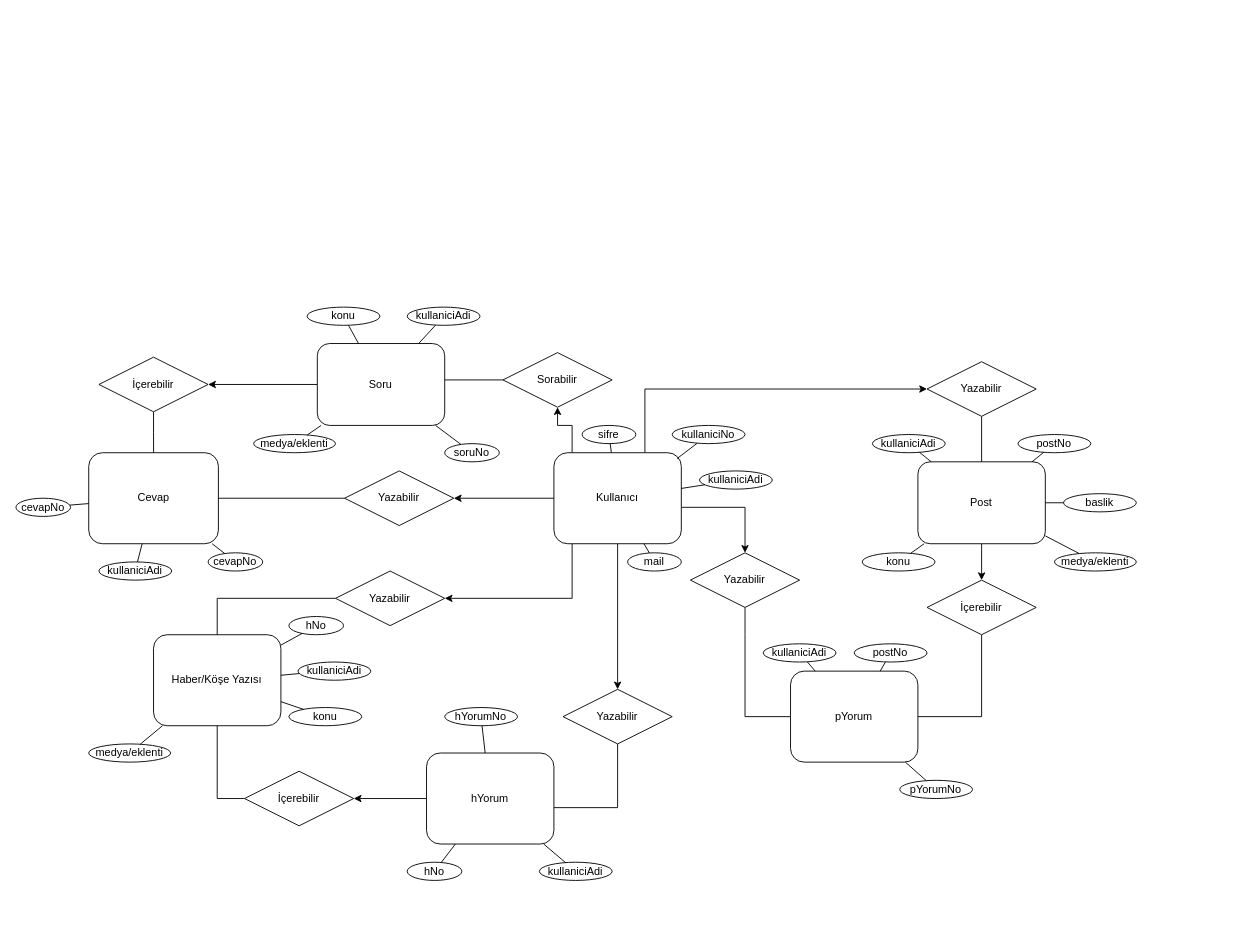
smhcbr/flowcharts keeps this draw.io diagram as engelli_proje_er.drawio. Above is the earlier version. Source tidied: cells renumbered, new cells numbered last; positions are measured from the earlier drawing's top-left corner, leaving out a move shared by most shapes. Both pictures are drawn from the tidied source at 91%, with x=0, y=0 at pixel (15, 307).
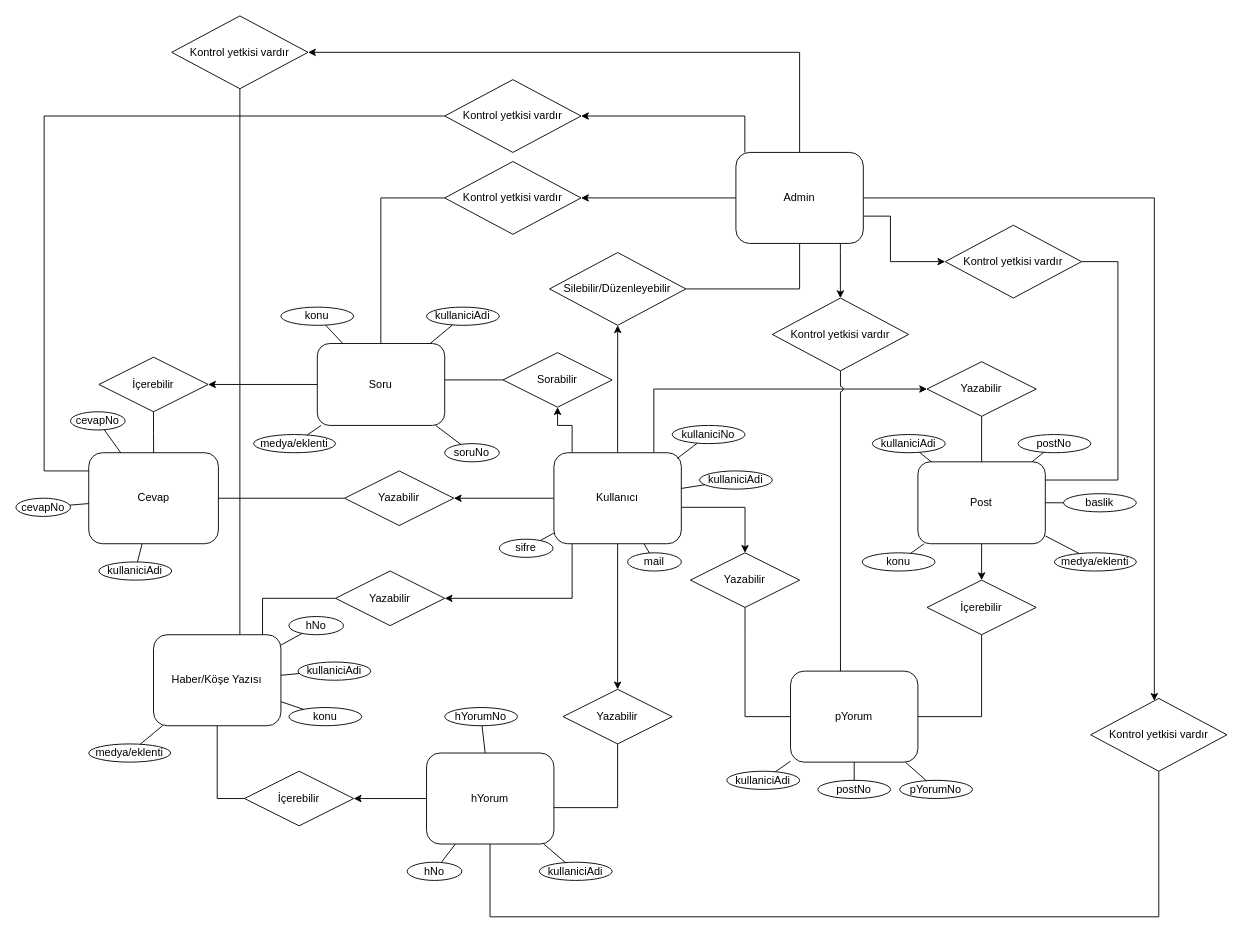
Above is the later version.

Unchanged cells that the change refers to:
```xml
<mxCell id="8" value="Kullanıcı" style="rounded=1;whiteSpace=wrap;html=1;" parent="1" vertex="1">
  <mxGeometry x="591.2" y="160" width="140" height="100" as="geometry" />
</mxCell>
<mxCell id="10" value="Post" style="rounded=1;whiteSpace=wrap;html=1;" parent="1" vertex="1">
  <mxGeometry x="991.2" y="170" width="140" height="90" as="geometry" />
</mxCell>
<mxCell id="11" value="Haber/Köşe Yazısı" style="rounded=1;whiteSpace=wrap;html=1;" parent="1" vertex="1">
  <mxGeometry x="151.2" y="360" width="140" height="100" as="geometry" />
</mxCell>
<mxCell id="13" value="Soru" style="rounded=1;whiteSpace=wrap;html=1;" parent="1" vertex="1">
  <mxGeometry x="331.2" y="40" width="140" height="90" as="geometry" />
</mxCell>
<mxCell id="14" value="Cevap" style="rounded=1;whiteSpace=wrap;html=1;" parent="1" vertex="1">
  <mxGeometry x="80" y="160" width="142.5" height="100" as="geometry" />
</mxCell>
<mxCell id="15" value="pYorum" style="rounded=1;whiteSpace=wrap;html=1;" parent="1" vertex="1">
  <mxGeometry x="851.2" y="400" width="140" height="100" as="geometry" />
</mxCell>
<mxCell id="17" value="hYorum" style="rounded=1;whiteSpace=wrap;html=1;" parent="1" vertex="1">
  <mxGeometry x="451.2" y="490" width="140" height="100" as="geometry" />
</mxCell>
<mxCell id="19" value="Yazabilir" style="shape=rhombus;perimeter=rhombusPerimeter;whiteSpace=wrap;html=1;align=center;" parent="1" vertex="1">
  <mxGeometry x="1001.2" y="60" width="120" height="60" as="geometry" />
</mxCell>
<mxCell id="31" value="Yazabilir" style="shape=rhombus;perimeter=rhombusPerimeter;whiteSpace=wrap;html=1;align=center;" parent="1" vertex="1">
  <mxGeometry x="351.2" y="290" width="120" height="60" as="geometry" />
</mxCell>
```

The edit, as a diff of the source:
```diff
@@
     <mxCell id="2" style="edgeStyle=orthogonalEdgeStyle;rounded=0;jettySize=auto;html=1;" parent="1" edge="1" source="8" target="19">
       <mxGeometry relative="1" as="geometry">
         <Array as="points">
-          <mxPoint x="691.2" y="90" />
+          <mxPoint x="701" y="90" />
         </Array>
       </mxGeometry>
     </mxCell>
@@
+    <mxCell id="88" style="edgeStyle=orthogonalEdgeStyle;rounded=0;jettySize=auto;html=1;" parent="1" edge="1" source="8" target="97">
+      <mxGeometry relative="1" as="geometry" />
+    </mxCell>
@@
     <mxCell id="30" style="edgeStyle=orthogonalEdgeStyle;rounded=0;jettySize=auto;html=1;endArrow=none;endFill=0;" parent="1" edge="1" source="31" target="11">
-      <mxGeometry relative="1" as="geometry" />
+      <mxGeometry relative="1" as="geometry">
+        <Array as="points">
+          <mxPoint x="271" y="320" />
+        </Array>
+      </mxGeometry>
     </mxCell>
@@
     <mxCell id="39" value="sifre" style="ellipse;whiteSpace=wrap;html=1;align=center;" parent="1" vertex="1">
-      <mxGeometry x="622.2" y="130" width="59" height="20" as="geometry" />
+      <mxGeometry x="531.2" y="255" width="59" height="20" as="geometry" />
     </mxCell>
@@
     <mxCell id="52" value="postNo" style="ellipse;whiteSpace=wrap;html=1;align=center;" parent="1" vertex="1">
-      <mxGeometry x="921.2" y="370" width="80" height="20" as="geometry" />
+      <mxGeometry x="881.2" y="520" width="80" height="20" as="geometry" />
     </mxCell>
@@
     <mxCell id="54" value="kullaniciAdi" style="ellipse;whiteSpace=wrap;html=1;align=center;" parent="1" vertex="1">
-      <mxGeometry x="821.2" y="370" width="80" height="20" as="geometry" />
+      <mxGeometry x="781.2" y="510" width="80" height="20" as="geometry" />
     </mxCell>
@@
     <mxCell id="74" value="kullaniciAdi" style="ellipse;whiteSpace=wrap;html=1;align=center;" parent="1" vertex="1">
-      <mxGeometry x="430" width="80" height="20" as="geometry" />
+      <mxGeometry x="451.2" width="80" height="20" as="geometry" />
     </mxCell>
@@
     <mxCell id="76" value="konu" style="ellipse;whiteSpace=wrap;html=1;align=center;" parent="1" vertex="1">
-      <mxGeometry x="320" width="80" height="20" as="geometry" />
+      <mxGeometry x="291.2" width="80" height="20" as="geometry" />
     </mxCell>
@@
     <mxCell id="82" value="cevapNo" style="ellipse;whiteSpace=wrap;html=1;align=center;" parent="1" vertex="1">
-      <mxGeometry x="211.2" y="270" width="60" height="20" as="geometry" />
+      <mxGeometry x="60" y="115" width="60" height="20" as="geometry" />
     </mxCell>
@@
+    <mxCell id="89" style="edgeStyle=orthogonalEdgeStyle;rounded=0;jettySize=auto;html=1;endArrow=none;endFill=0;" parent="1" edge="1" source="99" target="17">
+      <mxGeometry relative="1" as="geometry">
+        <Array as="points">
+          <mxPoint x="1256" y="670" />
+          <mxPoint x="521" y="670" />
+        </Array>
+      </mxGeometry>
+    </mxCell>
+    <mxCell id="90" style="edgeStyle=orthogonalEdgeStyle;rounded=0;jettySize=auto;html=1;" parent="1" edge="1" source="95" target="101">
+      <mxGeometry relative="1" as="geometry">
+        <Array as="points">
+          <mxPoint x="961" y="-100" />
+          <mxPoint x="961" y="-50" />
+        </Array>
+      </mxGeometry>
+    </mxCell>
+    <mxCell id="91" style="edgeStyle=orthogonalEdgeStyle;rounded=0;jettySize=auto;html=1;" parent="1" edge="1" source="95" target="103">
+      <mxGeometry relative="1" as="geometry">
+        <Array as="points">
+          <mxPoint x="906" y="-60" />
+          <mxPoint x="906" y="-60" />
+        </Array>
+      </mxGeometry>
+    </mxCell>
+    <mxCell id="92" style="edgeStyle=orthogonalEdgeStyle;rounded=0;jettySize=auto;html=1;" parent="1" edge="1" source="95" target="105">
+      <mxGeometry relative="1" as="geometry" />
+    </mxCell>
+    <mxCell id="93" style="edgeStyle=orthogonalEdgeStyle;rounded=0;jettySize=auto;html=1;" parent="1" edge="1" source="95" target="107">
+      <mxGeometry relative="1" as="geometry">
+        <Array as="points">
+          <mxPoint x="801" y="-210" />
+        </Array>
+      </mxGeometry>
+    </mxCell>
+    <mxCell id="94" style="edgeStyle=orthogonalEdgeStyle;rounded=0;jettySize=auto;html=1;" parent="1" edge="1" source="95" target="109">
+      <mxGeometry relative="1" as="geometry">
+        <Array as="points">
+          <mxPoint x="861" y="-280" />
+        </Array>
+      </mxGeometry>
+    </mxCell>
+    <mxCell id="95" value="Admin" style="rounded=1;whiteSpace=wrap;html=1;" parent="1" vertex="1">
+      <mxGeometry x="791.2" y="-170" width="140" height="100" as="geometry" />
+    </mxCell>
+    <mxCell id="96" style="edgeStyle=orthogonalEdgeStyle;rounded=0;jettySize=auto;html=1;endArrow=none;endFill=0;" parent="1" edge="1" source="97" target="95">
+      <mxGeometry relative="1" as="geometry" />
+    </mxCell>
+    <mxCell id="97" value="Silebilir/Düzenleyebilir" style="shape=rhombus;perimeter=rhombusPerimeter;whiteSpace=wrap;html=1;align=center;" parent="1" vertex="1">
+      <mxGeometry x="586.4" y="-60" width="149.8" height="80" as="geometry" />
+    </mxCell>
+    <mxCell id="98" style="edgeStyle=orthogonalEdgeStyle;rounded=0;jettySize=auto;html=1;" parent="1" edge="1" source="95" target="99">
+      <mxGeometry relative="1" as="geometry">
+        <Array as="points">
+          <mxPoint x="1251" y="-120" />
+        </Array>
+      </mxGeometry>
+    </mxCell>
+    <mxCell id="99" value="Kontrol yetkisi vardır" style="shape=rhombus;perimeter=rhombusPerimeter;whiteSpace=wrap;html=1;align=center;" parent="1" vertex="1">
+      <mxGeometry x="1181" y="430" width="149.8" height="80" as="geometry" />
+    </mxCell>
+    <mxCell id="100" style="edgeStyle=orthogonalEdgeStyle;rounded=0;jettySize=auto;html=1;endArrow=none;endFill=0;" parent="1" edge="1" source="101" target="10">
+      <mxGeometry relative="1" as="geometry">
+        <Array as="points">
+          <mxPoint x="1211" y="-50" />
+          <mxPoint x="1211" y="190" />
+        </Array>
+      </mxGeometry>
+    </mxCell>
+    <mxCell id="101" value="Kontrol yetkisi vardır" style="shape=rhombus;perimeter=rhombusPerimeter;whiteSpace=wrap;html=1;align=center;" parent="1" vertex="1">
+      <mxGeometry x="1021.2" y="-90" width="149.8" height="80" as="geometry" />
+    </mxCell>
+    <mxCell id="102" style="edgeStyle=orthogonalEdgeStyle;rounded=0;jettySize=auto;html=1;jumpStyle=arc;exitX=0.5;exitY=1;exitDx=0;exitDy=0;endArrow=none;endFill=0;" parent="1" edge="1" source="103" target="15">
+      <mxGeometry relative="1" as="geometry">
+        <Array as="points">
+          <mxPoint x="906" y="240" />
+          <mxPoint x="906" y="240" />
+        </Array>
+      </mxGeometry>
+    </mxCell>
+    <mxCell id="103" value="Kontrol yetkisi vardır" style="shape=rhombus;perimeter=rhombusPerimeter;whiteSpace=wrap;html=1;align=center;" parent="1" vertex="1">
+      <mxGeometry x="831.2" y="-10" width="149.8" height="80" as="geometry" />
+    </mxCell>
+    <mxCell id="104" style="edgeStyle=orthogonalEdgeStyle;rounded=0;jettySize=auto;html=1;endArrow=none;endFill=0;" parent="1" edge="1" source="105" target="13">
+      <mxGeometry relative="1" as="geometry">
+        <Array as="points">
+          <mxPoint x="401" y="-120" />
+        </Array>
+      </mxGeometry>
+    </mxCell>
+    <mxCell id="105" value="Kontrol yetkisi vardır" style="shape=rhombus;perimeter=rhombusPerimeter;whiteSpace=wrap;html=1;align=center;" parent="1" vertex="1">
+      <mxGeometry x="471.2" y="-160" width="149.8" height="80" as="geometry" />
+    </mxCell>
+    <mxCell id="106" style="edgeStyle=orthogonalEdgeStyle;rounded=0;jettySize=auto;html=1;endArrow=none;endFill=0;" parent="1" edge="1" source="107" target="14">
+      <mxGeometry relative="1" as="geometry">
+        <Array as="points">
+          <mxPoint x="31" y="-210" />
+          <mxPoint x="31" y="180" />
+        </Array>
+      </mxGeometry>
+    </mxCell>
+    <mxCell id="107" value="Kontrol yetkisi vardır" style="shape=rhombus;perimeter=rhombusPerimeter;whiteSpace=wrap;html=1;align=center;" parent="1" vertex="1">
+      <mxGeometry x="471.2" y="-250" width="149.8" height="80" as="geometry" />
+    </mxCell>
+    <mxCell id="108" style="edgeStyle=orthogonalEdgeStyle;rounded=0;jettySize=auto;html=1;exitX=0.5;exitY=1;exitDx=0;exitDy=0;endArrow=none;endFill=0;" parent="1" edge="1" source="109" target="11">
+      <mxGeometry relative="1" as="geometry">
+        <Array as="points">
+          <mxPoint x="246" y="60" />
+          <mxPoint x="246" y="60" />
+        </Array>
+      </mxGeometry>
+    </mxCell>
+    <mxCell id="109" value="Kontrol yetkisi vardır" style="shape=rhombus;perimeter=rhombusPerimeter;whiteSpace=wrap;html=1;align=center;" parent="1" vertex="1">
+      <mxGeometry x="171.2" y="-320" width="149.8" height="80" as="geometry" />
+    </mxCell>
```
